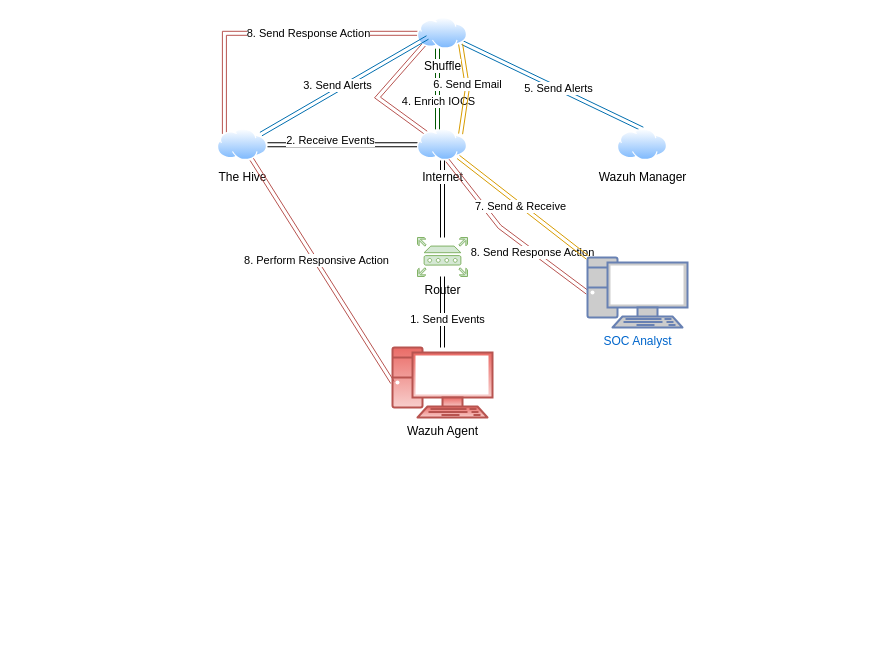
The draw.io diagram Untitled Diagram.drawio in dylanReinsma/cybersec, before the edit. Source tidied: cells renumbered, new cells numbered last; positions are measured from the earlier drawing's top-left corner, leaving out a move shared by most shapes. Both pictures are drawn from the tidied source at 100%, with x=0, y=0 at pixel (217, 17).
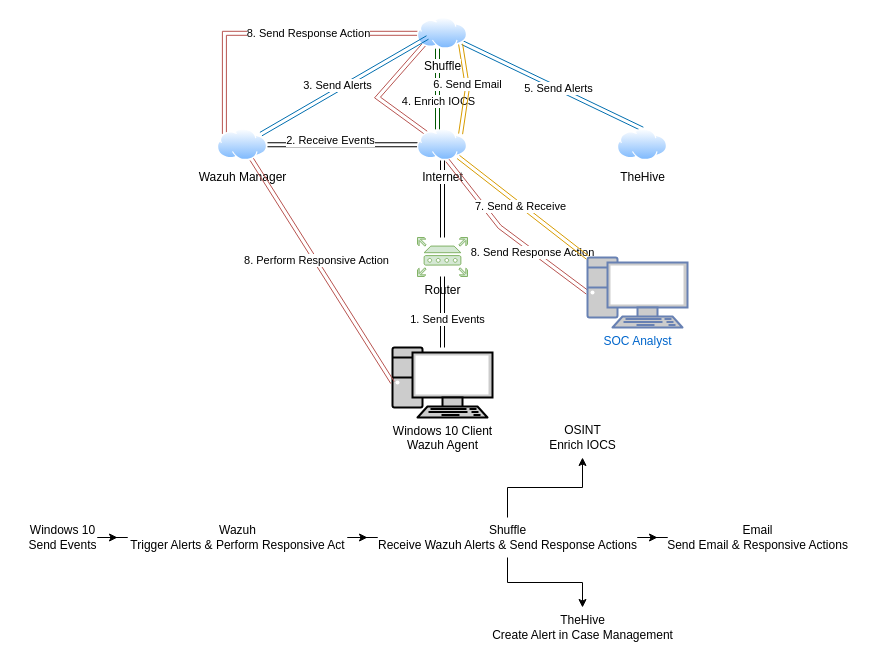
After the change.

Commit message (it also covers changes not shown here):
Update SOC map

Change to the diagram source:
```diff
@@
-    <mxCell id="4" value="Wazuh Agent" style="verticalAlign=top;verticalLabelPosition=bottom;labelPosition=center;align=center;html=1;outlineConnect=0;fillColor=#f8cecc;strokeColor=#b85450;gradientColor=#ea6b66;gradientDirection=north;strokeWidth=2;shape=mxgraph.networks.pc;" parent="1" vertex="1">
+    <mxCell id="4" value="&lt;div&gt;Windows 10 Client&lt;/div&gt;Wazuh Agent" style="verticalAlign=top;verticalLabelPosition=bottom;labelPosition=center;align=center;html=1;outlineConnect=0;gradientDirection=north;strokeWidth=2;shape=mxgraph.networks.pc;fillColor=#CCCCCC;" parent="1" vertex="1">
       <mxGeometry x="175" y="330" width="100" height="70" as="geometry" />
     </mxCell>
@@
-    <mxCell id="20" value="Wazuh Manager" style="image;perimeter=ellipsePerimeter;html=1;align=center;shadow=0;dashed=0;spacingTop=3;image=img/lib/active_directory/internet_cloud.svg;" parent="1" vertex="1">
+    <mxCell id="20" value="TheHive" style="image;perimeter=ellipsePerimeter;html=1;align=center;shadow=0;dashed=0;spacingTop=3;image=img/lib/active_directory/internet_cloud.svg;" parent="1" vertex="1">
       <mxGeometry x="400" y="111.5" width="50" height="31.5" as="geometry" />
     </mxCell>
-    <mxCell id="21" value="The Hive" style="image;perimeter=ellipsePerimeter;html=1;align=center;shadow=0;dashed=0;spacingTop=3;image=img/lib/active_directory/internet_cloud.svg;" parent="1" vertex="1">
+    <mxCell id="21" value="Wazuh Manager" style="image;perimeter=ellipsePerimeter;html=1;align=center;shadow=0;dashed=0;spacingTop=3;image=img/lib/active_directory/internet_cloud.svg;" parent="1" vertex="1">
       <mxGeometry y="111.5" width="50" height="31.5" as="geometry" />
     </mxCell>
@@
+    <mxCell id="31" style="edgeStyle=orthogonalEdgeStyle;rounded=0;jettySize=auto;html=1;" parent="1" edge="1" source="32" target="34">
+      <mxGeometry relative="1" as="geometry" />
+    </mxCell>
+    <mxCell id="32" value="Windows 10&lt;div&gt;Send Events&lt;/div&gt;" style="text;html=1;align=center;verticalAlign=middle;points=[];strokeColor=none;fillColor=none;" parent="1" vertex="1">
+      <mxGeometry x="-200" y="500" width="90" height="40" as="geometry" />
+    </mxCell>
+    <mxCell id="33" style="edgeStyle=orthogonalEdgeStyle;rounded=0;jettySize=auto;html=1;" parent="1" edge="1" source="34" target="38">
+      <mxGeometry relative="1" as="geometry" />
+    </mxCell>
+    <mxCell id="34" value="Wazuh&lt;div&gt;Trigger Alerts &amp;amp; Perform Responsive Act&lt;/div&gt;" style="text;html=1;align=center;verticalAlign=middle;points=[];strokeColor=none;fillColor=none;" parent="1" vertex="1">
+      <mxGeometry x="-100" y="500" width="240" height="40" as="geometry" />
+    </mxCell>
+    <mxCell id="35" style="edgeStyle=orthogonalEdgeStyle;rounded=0;jettySize=auto;html=1;" parent="1" edge="1" source="38" target="39">
+      <mxGeometry relative="1" as="geometry" />
+    </mxCell>
+    <mxCell id="36" style="edgeStyle=orthogonalEdgeStyle;rounded=0;jettySize=auto;html=1;" parent="1" edge="1" source="38" target="40">
+      <mxGeometry relative="1" as="geometry" />
+    </mxCell>
+    <mxCell id="37" style="edgeStyle=orthogonalEdgeStyle;rounded=0;jettySize=auto;html=1;" parent="1" edge="1" source="38" target="41">
+      <mxGeometry relative="1" as="geometry" />
+    </mxCell>
+    <mxCell id="38" value="Shuffle&lt;div&gt;Receive Wazuh Alerts &amp;amp; Send Response Actions&lt;/div&gt;" style="text;html=1;align=center;verticalAlign=middle;points=[];strokeColor=none;fillColor=none;" parent="1" vertex="1">
+      <mxGeometry x="150" y="500" width="280" height="40" as="geometry" />
+    </mxCell>
+    <mxCell id="39" value="OSINT&lt;div&gt;Enrich IOCS&lt;/div&gt;" style="text;html=1;align=center;verticalAlign=middle;points=[];strokeColor=none;fillColor=none;" parent="1" vertex="1">
+      <mxGeometry x="320" y="400" width="90" height="40" as="geometry" />
+    </mxCell>
+    <mxCell id="40" value="TheHive&lt;div&gt;Create Alert in Case Management&lt;/div&gt;" style="text;html=1;align=center;verticalAlign=middle;points=[];strokeColor=none;fillColor=none;" parent="1" vertex="1">
+      <mxGeometry x="265" y="590" width="200" height="40" as="geometry" />
+    </mxCell>
+    <mxCell id="41" value="Email&lt;div&gt;Send Email &amp;amp; Responsive Actions&lt;/div&gt;" style="text;html=1;align=center;verticalAlign=middle;points=[];strokeColor=none;fillColor=none;" parent="1" vertex="1">
+      <mxGeometry x="440" y="500" width="200" height="40" as="geometry" />
+    </mxCell>
```
